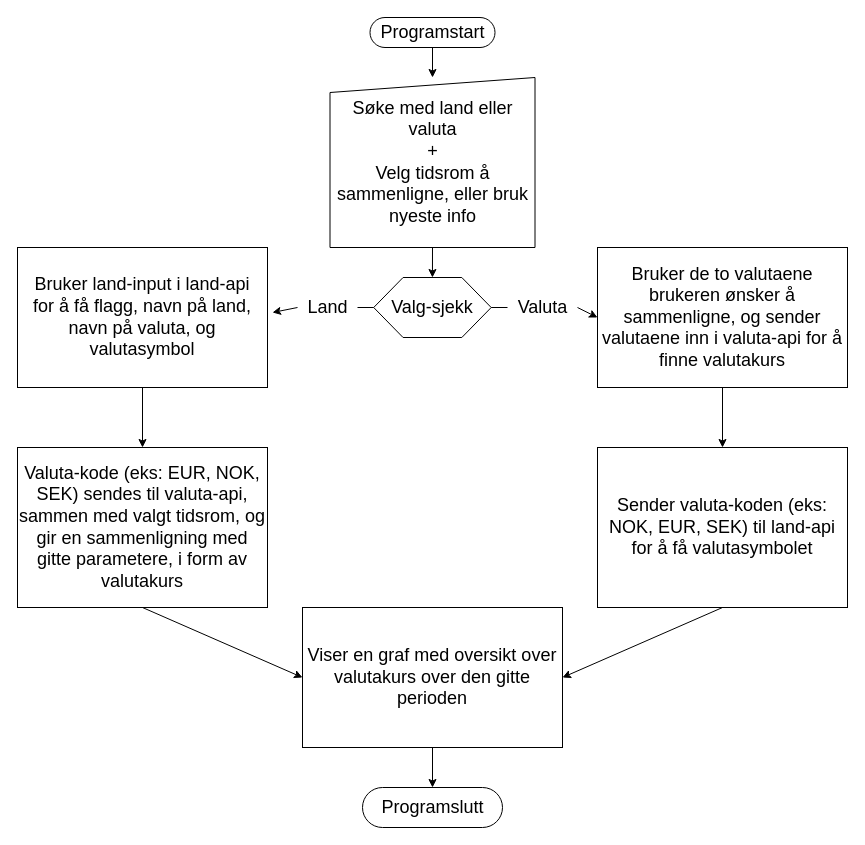
This is Flytskjema.drawio from patootey/api_oppgave, a draw.io file, before an edit. Source tidied: cells renumbered, new cells numbered last; positions are measured from the earlier drawing's top-left corner, leaving out a move shared by most shapes. Both pictures are drawn from the tidied source at 100%, with x=0, y=0 at pixel (17, 17).
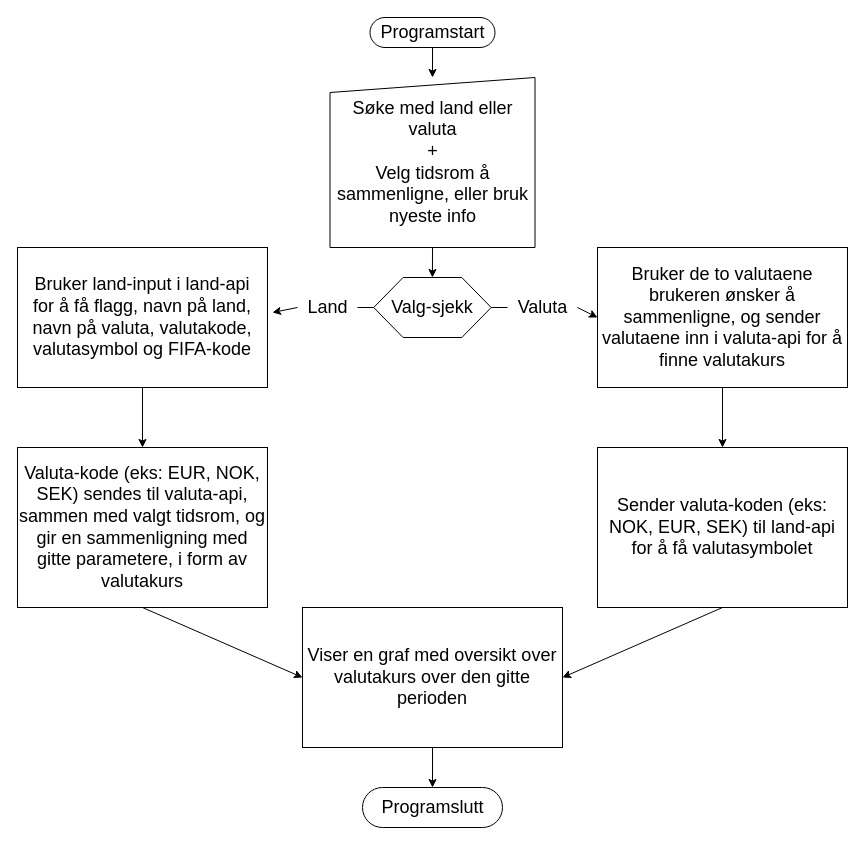
After the change.

Change to the diagram source:
```diff
@@
-    <mxCell id="10" value="&lt;span style=&quot;&quot;&gt;Bruker land-input i land-api for å få flagg, navn på land, navn på valuta, og valutasymbol&lt;/span&gt;" style="html=1;dashed=0;whitespace=wrap;fontSize=18;whiteSpace=wrap;spacingLeft=6;spacingRight=6;" parent="1" vertex="1">
+    <mxCell id="10" value="&lt;span style=&quot;&quot;&gt;Bruker land-input i land-api for å få flagg, navn på land, navn på valuta, valutakode, valutasymbol og FIFA-kode&lt;/span&gt;" style="html=1;dashed=0;whitespace=wrap;fontSize=18;whiteSpace=wrap;spacingLeft=6;spacingRight=6;" parent="1" vertex="1">
       <mxGeometry y="230" width="250" height="140" as="geometry" />
     </mxCell>
```
